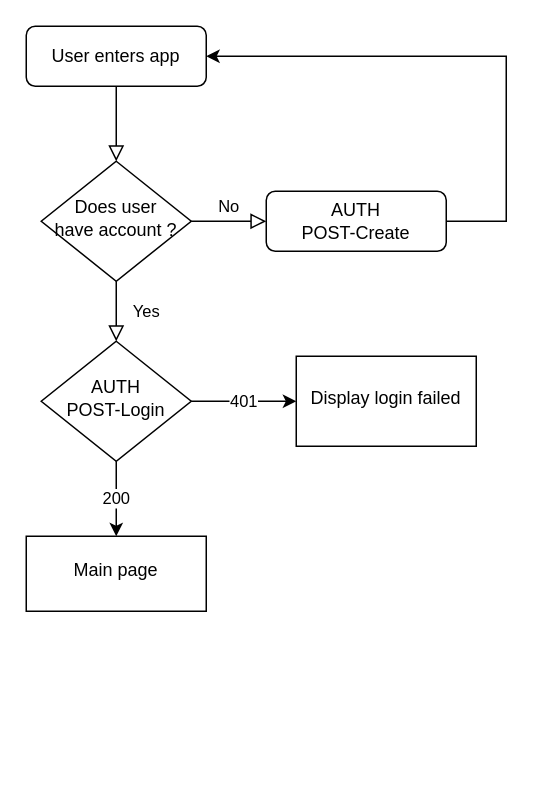
This is page "Startup-Login" (1 of 2) of docs/Untitled Diagram.drawio from mobapp20g6/frivillig-server1, a draw.io file, before an edit. Source tidied: cells renumbered, new cells numbered last; positions are measured from the earlier drawing's top-left corner, leaving out a move shared by most shapes. Both pictures are drawn from the tidied source at 150%, with x=0, y=0 at pixel (26, 26).
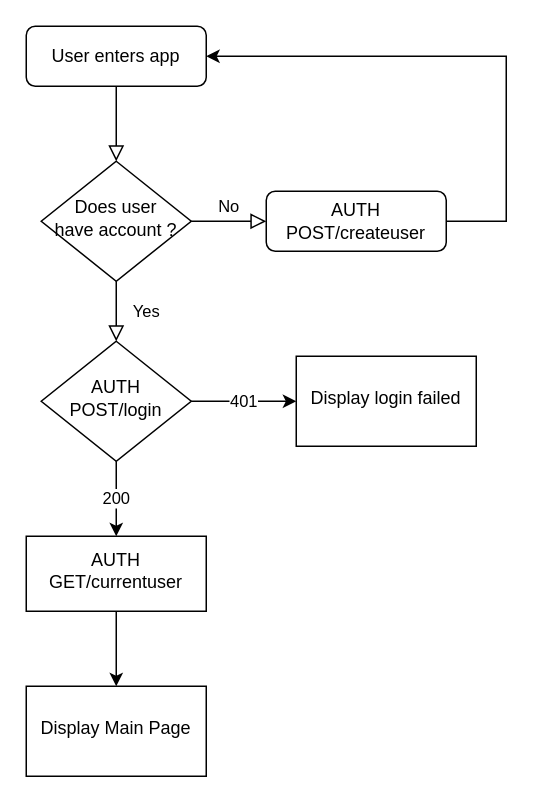
Above is the later version.

Commit message:
drawio login screen ok

What changed in the source:
```diff
@@
 <mxGraphModel>
   <root>
     <mxCell id="0" />
     <mxCell id="1" parent="0" />
     <mxCell id="2" style="rounded=0;html=1;jettySize=auto;fontSize=11;endArrow=block;endFill=0;endSize=8;strokeWidth=1;shadow=0;labelBackgroundColor=none;edgeStyle=orthogonalEdgeStyle;" parent="1" edge="1" source="3" target="6">
       <mxGeometry relative="1" as="geometry" />
     </mxCell>
     <mxCell id="3" value="User enters app" style="rounded=1;whiteSpace=wrap;html=1;fontSize=12;glass=0;strokeWidth=1;shadow=0;" parent="1" vertex="1">
       <mxGeometry width="120" height="40" as="geometry" />
     </mxCell>
     <mxCell id="4" value="Yes" style="rounded=0;html=1;jettySize=auto;fontSize=11;endArrow=block;endFill=0;endSize=8;strokeWidth=1;shadow=0;labelBackgroundColor=none;edgeStyle=orthogonalEdgeStyle;" parent="1" edge="1" source="6" target="11">
       <mxGeometry y="20" relative="1" as="geometry" />
     </mxCell>
     <mxCell id="5" value="No" style="edgeStyle=orthogonalEdgeStyle;rounded=0;html=1;jettySize=auto;fontSize=11;endArrow=block;endFill=0;endSize=8;strokeWidth=1;shadow=0;labelBackgroundColor=none;" parent="1" edge="1" source="6" target="8">
       <mxGeometry y="10" relative="1" as="geometry" />
     </mxCell>
     <mxCell id="6" value="&lt;div&gt;Does user&lt;/div&gt;&lt;div&gt;have account ?&lt;br&gt;&lt;/div&gt;" style="rhombus;whiteSpace=wrap;html=1;shadow=0;fontFamily=Helvetica;fontSize=12;align=center;strokeWidth=1;spacing=6;spacingTop=-4;" parent="1" vertex="1">
       <mxGeometry x="10" y="90" width="100" height="80" as="geometry" />
     </mxCell>
     <mxCell id="7" style="edgeStyle=orthogonalEdgeStyle;rounded=0;jettySize=auto;html=1;entryX=1;entryY=0.5;entryDx=0;entryDy=0;" parent="1" edge="1" source="8" target="3">
       <mxGeometry relative="1" as="geometry">
         <Array as="points">
           <mxPoint x="320" y="130" />
           <mxPoint x="320" y="20" />
         </Array>
       </mxGeometry>
     </mxCell>
-    <mxCell id="8" value="&lt;div&gt;AUTH&lt;/div&gt;&lt;div&gt;POST-Create&lt;br&gt;&lt;/div&gt;" style="rounded=1;whiteSpace=wrap;html=1;fontSize=12;glass=0;strokeWidth=1;shadow=0;" parent="1" vertex="1">
+    <mxCell id="8" value="&lt;div&gt;AUTH&lt;/div&gt;&lt;div&gt;POST/createuser&lt;br&gt;&lt;/div&gt;" style="rounded=1;whiteSpace=wrap;html=1;fontSize=12;glass=0;strokeWidth=1;shadow=0;" parent="1" vertex="1">
       <mxGeometry x="160" y="110" width="120" height="40" as="geometry" />
     </mxCell>
     <mxCell id="9" value="&lt;div&gt;200&lt;/div&gt;" style="edgeStyle=orthogonalEdgeStyle;rounded=0;jettySize=auto;html=1;" parent="1" edge="1" source="11" target="12">
       <mxGeometry relative="1" as="geometry" />
     </mxCell>
     <mxCell id="10" value="401" style="edgeStyle=orthogonalEdgeStyle;rounded=0;jettySize=auto;html=1;" parent="1" edge="1" source="11" target="13">
       <mxGeometry relative="1" as="geometry" />
     </mxCell>
-    <mxCell id="11" value="&lt;div&gt;AUTH&lt;/div&gt;&lt;div&gt;POST-Login&lt;br&gt;&lt;/div&gt;" style="rhombus;whiteSpace=wrap;html=1;shadow=0;fontFamily=Helvetica;fontSize=12;align=center;strokeWidth=1;spacing=6;spacingTop=-4;" parent="1" vertex="1">
+    <mxCell id="11" value="&lt;div&gt;AUTH&lt;/div&gt;&lt;div&gt;POST/login&lt;br&gt;&lt;/div&gt;" style="rhombus;whiteSpace=wrap;html=1;shadow=0;fontFamily=Helvetica;fontSize=12;align=center;strokeWidth=1;spacing=6;spacingTop=-4;" parent="1" vertex="1">
       <mxGeometry x="10" y="210" width="100" height="80" as="geometry" />
     </mxCell>
+    <mxCell id="14" style="edgeStyle=orthogonalEdgeStyle;rounded=0;jettySize=auto;html=1;" parent="1" edge="1" source="12" target="15">
+      <mxGeometry relative="1" as="geometry" />
+    </mxCell>
-    <mxCell id="12" value="Main page" style="whiteSpace=wrap;html=1;shadow=0;strokeWidth=1;spacing=6;spacingTop=-4;" parent="1" vertex="1">
+    <mxCell id="12" value="&lt;div&gt;AUTH&lt;/div&gt;&lt;div&gt;GET/currentuser&lt;br&gt;&lt;/div&gt;" style="whiteSpace=wrap;html=1;shadow=0;strokeWidth=1;spacing=6;spacingTop=-4;" parent="1" vertex="1">
       <mxGeometry y="340" width="120" height="50" as="geometry" />
     </mxCell>
     <mxCell id="13" value="&lt;div&gt;Display login failed&lt;/div&gt;" style="whiteSpace=wrap;html=1;shadow=0;strokeWidth=1;spacing=6;spacingTop=-4;" parent="1" vertex="1">
       <mxGeometry x="180" y="220" width="120" height="60" as="geometry" />
     </mxCell>
+    <mxCell id="15" value="Display Main Page" style="whiteSpace=wrap;html=1;shadow=0;strokeWidth=1;spacing=6;spacingTop=-4;" parent="1" vertex="1">
+      <mxGeometry y="440" width="120" height="60" as="geometry" />
+    </mxCell>
   </root>
 </mxGraphModel>
```
